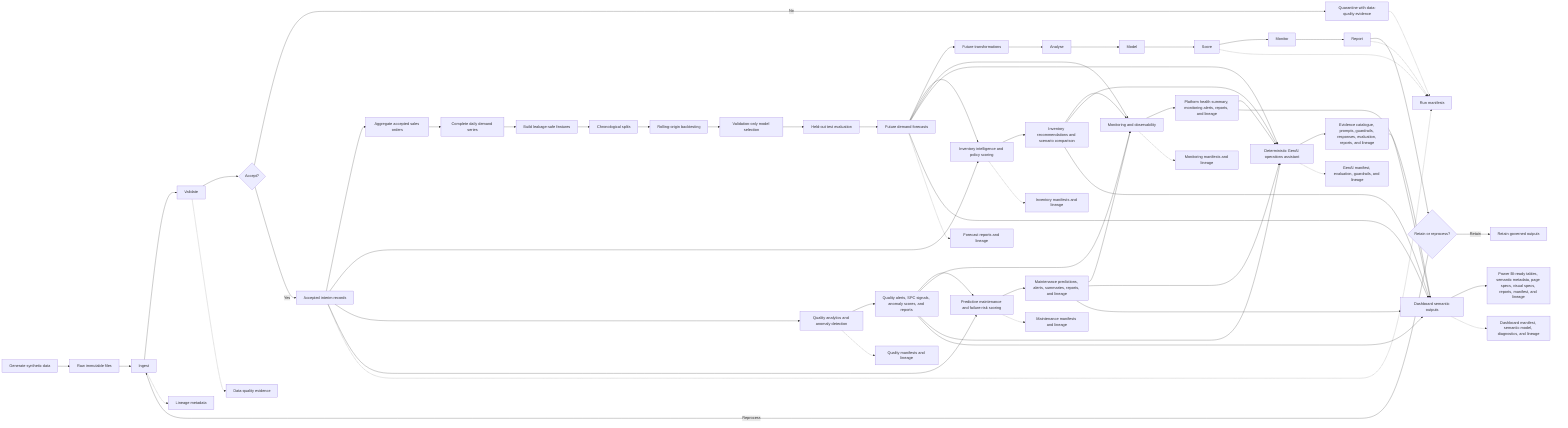
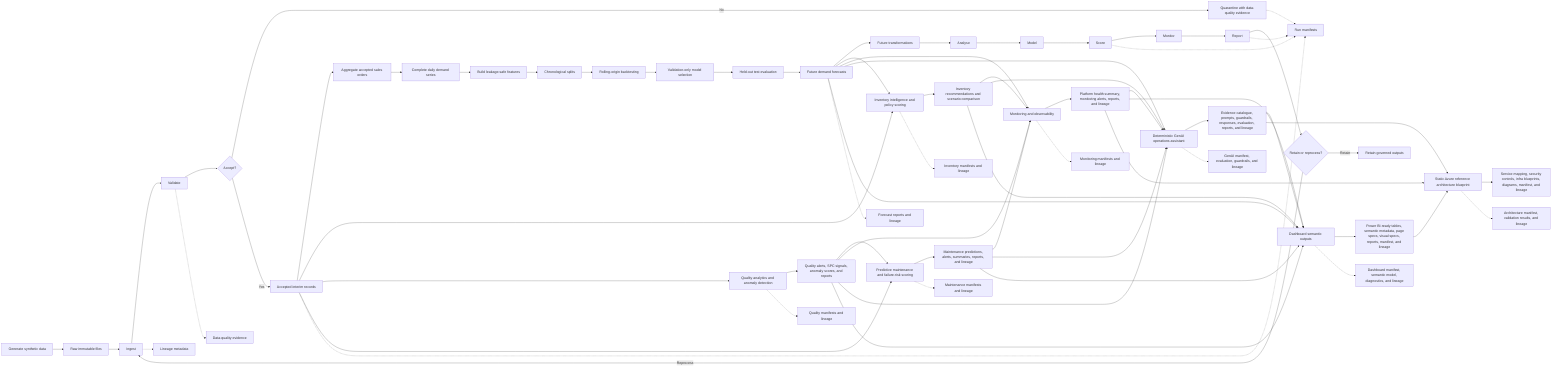
flowchart LR
    Generate["Generate synthetic data"] --> Raw["Raw immutable files"]
    Raw --> Ingest["Ingest"]
    Ingest --> Validate["Validate"]
    Validate --> Decision{"Accept?"}
    Decision -- No --> Quarantine["Quarantine with data-quality evidence"]
    Decision -- Yes --> Accepted["Accepted interim records"]
    Accepted --> Demand["Aggregate accepted sales orders"]
    Demand --> Complete["Complete daily demand series"]
    Complete --> Feature["Build leakage-safe features"]
    Feature --> Split["Chronological splits"]
    Split --> Backtest["Rolling-origin backtesting"]
    Backtest --> Select["Validation-only model selection"]
    Select --> Test["Held-out test evaluation"]
    Test --> Forecast["Future demand forecasts"]
    Forecast --> Transform["Future transformations"]
    Forecast --> Inventory["Inventory intelligence and policy scoring"]
    Accepted --> Inventory
    Inventory --> InventoryOutputs["Inventory recommendations and scenario comparison"]
    Accepted --> Quality["Quality analytics and anomaly detection"]
    Quality --> QualityOutputs["Quality alerts, SPC signals, anomaly scores, and reports"]
    Accepted --> Maintenance["Predictive maintenance and failure-risk scoring"]
    QualityOutputs --> Maintenance
    Maintenance --> MaintenanceOutputs["Maintenance predictions, alerts, summaries, reports, and lineage"]
    MaintenanceOutputs --> Monitoring["Monitoring and observability"]
    Forecast --> Monitoring
    InventoryOutputs --> Monitoring
    QualityOutputs --> Monitoring
    Monitoring --> MonitoringOutputs["Platform health summary, monitoring alerts, reports, and lineage"]
    MonitoringOutputs --> GenAI["Deterministic GenAI operations assistant"]
    Forecast --> GenAI
    InventoryOutputs --> GenAI
    QualityOutputs --> GenAI
    MaintenanceOutputs --> GenAI
    GenAI --> GenAIOutputs["Evidence catalogue, prompts, guardrails, responses, evaluation, reports, and lineage"]
    Forecast --> Dashboard["Dashboard semantic outputs"]
    InventoryOutputs --> Dashboard
    QualityOutputs --> Dashboard
    MaintenanceOutputs --> Dashboard
    MonitoringOutputs --> Dashboard
    GenAIOutputs --> Dashboard
    Dashboard --> DashboardOutputs["Power BI-ready tables, semantic metadata, page specs, visual specs, reports, manifest, and lineage"]
+     DashboardOutputs --> Architecture["Static Azure reference architecture blueprint"]
+     MonitoringOutputs --> Architecture
+     GenAIOutputs --> Architecture
+     Architecture --> ArchitectureOutputs["Service mapping, security controls, infra blueprints, diagrams, manifest, and lineage"]
    Transform --> Analyse["Analyse"]
    Analyse --> Model["Model"]
    Model --> Score["Score"]
    Score --> Monitor["Monitor"]
    Monitor --> Report["Report"]
    Report --> Retain{"Retain or reprocess?"}
    Retain -- Retain --> Archive["Retain governed outputs"]
    Retain -- Reprocess --> Ingest

    Ingest -.-> Lineage["Lineage metadata"]
    Validate -.-> Evidence["Data-quality evidence"]
    Forecast -.-> ForecastLineage["Forecast reports and lineage"]
    Inventory -.-> InventoryLineage["Inventory manifests and lineage"]
    Quality -.-> QualityLineage["Quality manifests and lineage"]
    Maintenance -.-> MaintenanceLineage["Maintenance manifests and lineage"]
    Monitoring -.-> MonitoringLineage["Monitoring manifests and lineage"]
    GenAI -.-> GenAILineage["GenAI manifest, evaluation, guardrails, and lineage"]
    Dashboard -.-> DashboardLineage["Dashboard manifest, semantic model, diagnostics, and lineage"]
+     Architecture -.-> ArchitectureLineage["Architecture manifest, validation results, and lineage"]
    Accepted -.-> Manifest["Run manifests"]
    Quarantine -.-> Manifest
    Score -.-> Manifest
    Report -.-> Manifest
